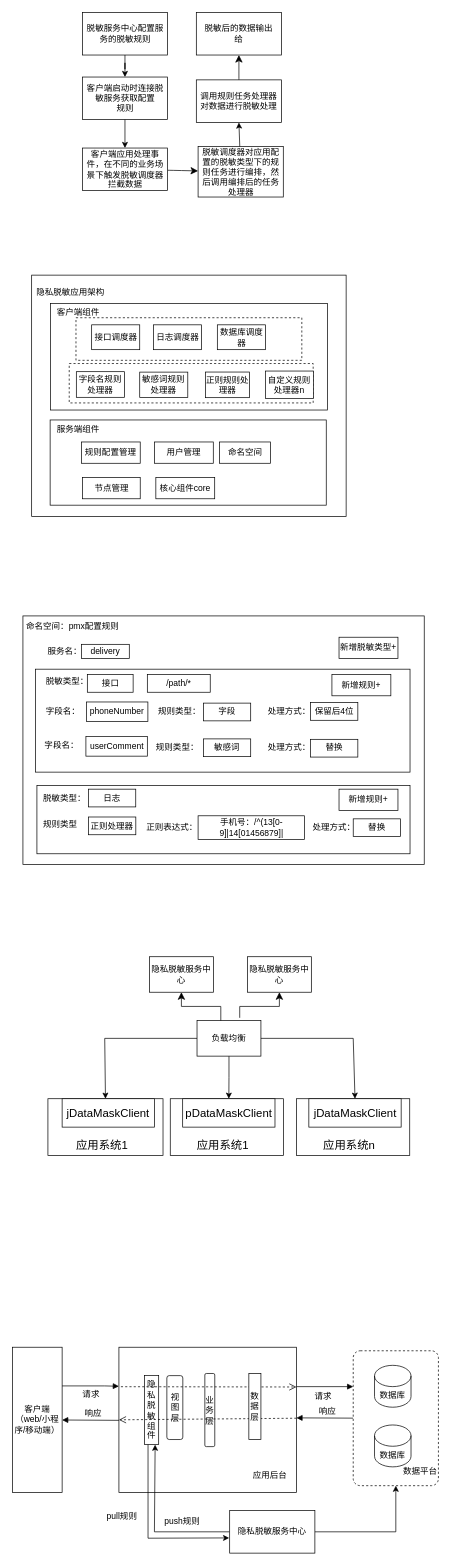
Earlier version of the draw.io diagram Untitled Diagram.drawio (chordcreater/chordcreater.github.io). Source tidied: cells renumbered, new cells numbered last; positions are measured from the earlier drawing's top-left corner, leaving out a move shared by most shapes. Both pictures are drawn from the tidied source at 71%, with x=0, y=0 at pixel (12, 12).
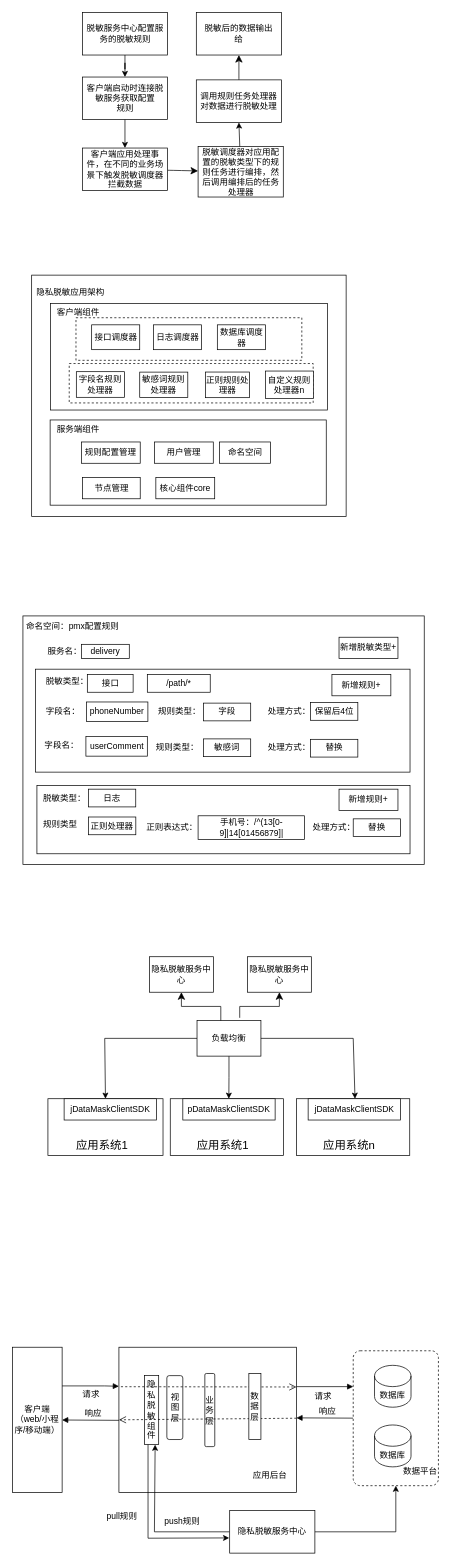
After the change.

Unchanged cells that the change refers to:
```xml
<mxCell id="36" value="负载均衡" style="rounded=0;whiteSpace=wrap;html=1;strokeColor=default;fontFamily=Helvetica;fontSize=12;fontColor=default;fillColor=default;" parent="1" vertex="1">
  <mxGeometry x="260" y="1420" width="90" height="50" as="geometry" />
</mxCell>
```

The edit, as a diff of the source:
```diff
@@
-    <mxCell id="35" style="edgeStyle=orthogonalEdgeStyle;rounded=0;jettySize=auto;html=1;" parent="1" edge="1" source="36" target="91">
-      <mxGeometry relative="1" as="geometry" />
+    <mxCell id="35" style="edgeStyle=orthogonalEdgeStyle;rounded=0;jettySize=auto;html=1;" parent="1" edge="1" source="36">
+      <mxGeometry relative="1" as="geometry">
+        <mxPoint x="304.8" y="1530" as="targetPoint" />
+      </mxGeometry>
     </mxCell>
@@
-    <mxCell id="40" style="endArrow=classic;html=1;rounded=0;fontFamily=Helvetica;fontSize=12;fontColor=default;exitX=1;exitY=0.5;exitDx=0;exitDy=0;entryX=0.5;entryY=0;entryDx=0;entryDy=0;" parent="1" edge="1" source="36" target="94">
+    <mxCell id="40" style="endArrow=classic;html=1;rounded=0;fontFamily=Helvetica;fontSize=12;fontColor=default;exitX=1;exitY=0.5;exitDx=0;exitDy=0;entryX=0.5;entryY=0;entryDx=0;entryDy=0;" parent="1" edge="1" source="36">
       <mxGeometry relative="1" as="geometry">
+        <mxPoint x="482.5" y="1530" as="targetPoint" />
         <Array as="points">
           <mxPoint x="480" y="1445" />
         </Array>
       </mxGeometry>
     </mxCell>
@@
-    <mxCell id="88" value="jDataMaskClient" style="rounded=0;whiteSpace=wrap;html=1;fontSize=16;" parent="1" vertex="1">
-      <mxGeometry x="70" y="1530" width="130" height="40" as="geometry" />
-    </mxCell>
@@
-    <mxCell id="91" value="pDataMaskClient" style="rounded=0;whiteSpace=wrap;html=1;fontSize=16;" parent="1" vertex="1">
-      <mxGeometry x="239.8" y="1530" width="130" height="40" as="geometry" />
-    </mxCell>
@@
-    <mxCell id="94" value="jDataMaskClient" style="rounded=0;whiteSpace=wrap;html=1;fontSize=16;" parent="1" vertex="1">
-      <mxGeometry x="417.5" y="1530" width="130" height="40" as="geometry" />
-    </mxCell>
@@
+    <mxCell id="109" value="pDataMaskClientSDK" style="rounded=0;whiteSpace=wrap;html=1;strokeColor=default;fontFamily=Helvetica;fontSize=12;fontColor=default;fillColor=default;" parent="1" vertex="1">
+      <mxGeometry x="240" y="1530" width="130" height="30" as="geometry" />
+    </mxCell>
+    <mxCell id="110" value="jDataMaskClientSDK" style="rounded=0;whiteSpace=wrap;html=1;strokeColor=default;fontFamily=Helvetica;fontSize=12;fontColor=default;fillColor=default;" parent="1" vertex="1">
+      <mxGeometry x="72.8" y="1530" width="130" height="30" as="geometry" />
+    </mxCell>
+    <mxCell id="111" value="jDataMaskClientSDK" style="rounded=0;whiteSpace=wrap;html=1;strokeColor=default;fontFamily=Helvetica;fontSize=12;fontColor=default;fillColor=default;" parent="1" vertex="1">
+      <mxGeometry x="416.5" y="1530" width="130" height="30" as="geometry" />
+    </mxCell>
```
